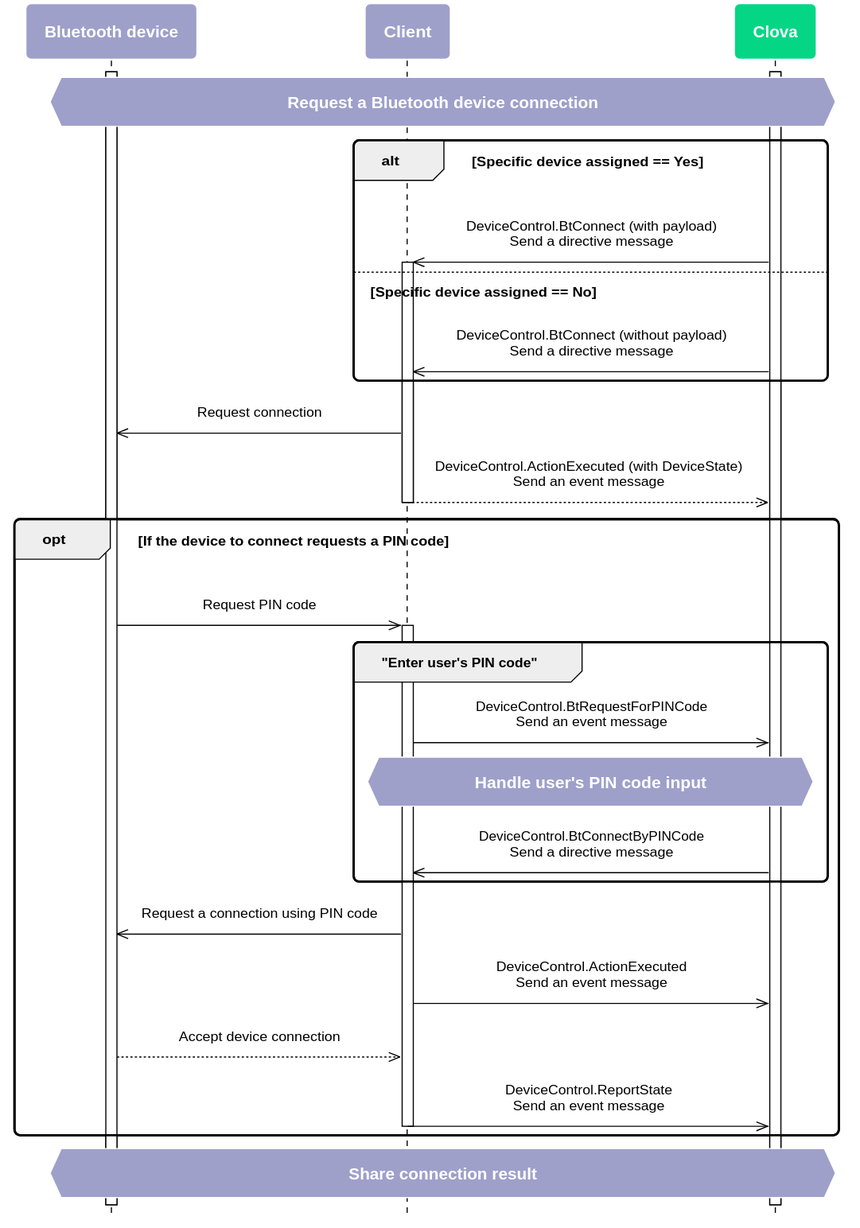
Earlier version of the PlantUML export en-KR/Develop/Assets/Images/CIC_BluetoothControl_Work_Flow2.svg (muchokwon/clova-client-developer-guide).
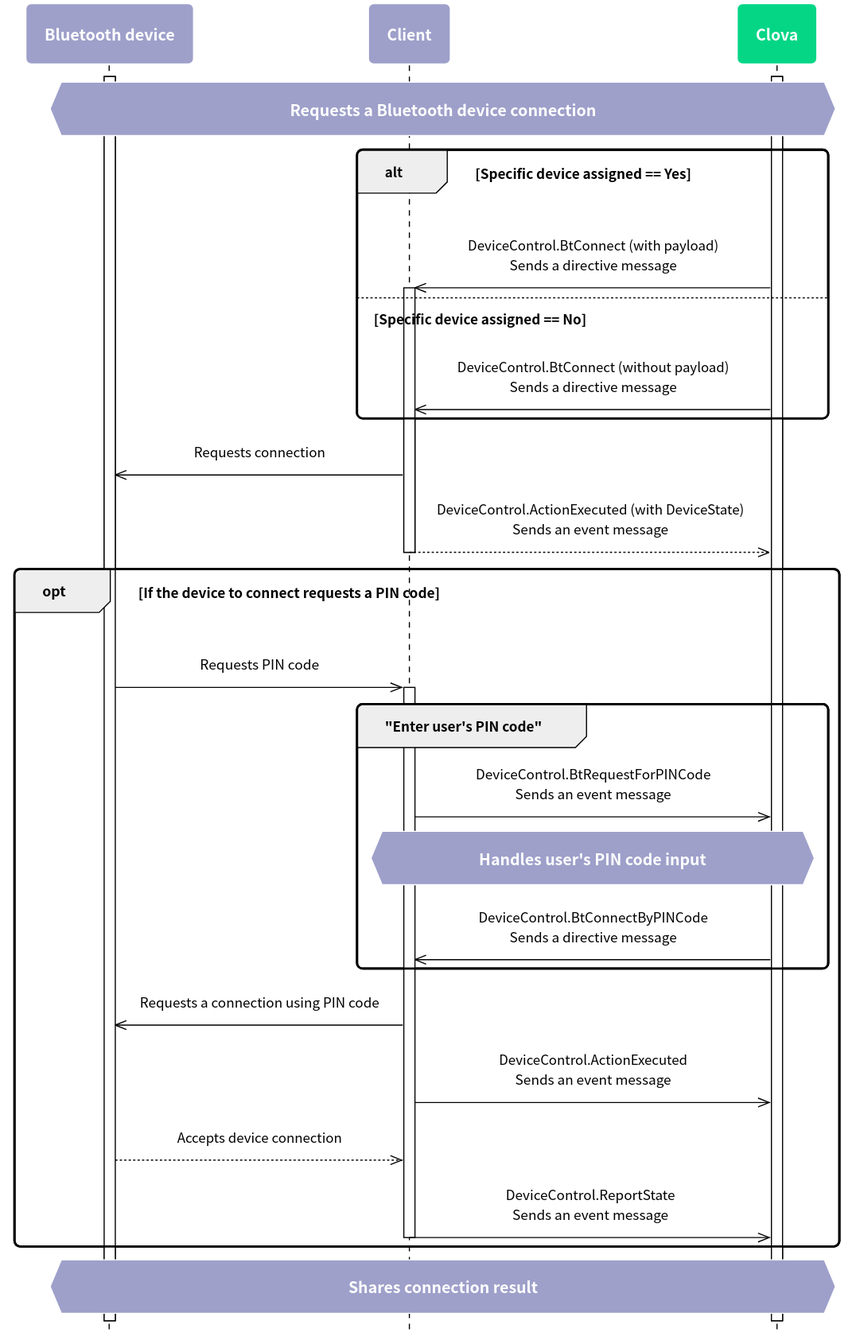
After the change.

What changed in the source:
```diff
@@ -5,31 +5,49 @@
 skinparam roundcorner 10
 skinparam padding 10
 skinparam defaultFontSize 12
+skinparam defaultFontName "Noto Sans CJK KR"
+
+skinparam note {
+  BackgroundColor #9EA0CA
+  BorderColor #ffffff
+  FontColor #ffffff
+  FontSize 14
+  FontStyle bold
+}
+
 skinparam sequence {
-	ArrowColor #000000
-	ActorBorderColor #000000
-	ActorFontStyle Bolder
+  ArrowColor #000000
+  ActorBorderColor #000000
+  ActorFontStyle Bolder
 
-	LifeLineBorderColor #000000
-	LifeLineBackgroundColor transparent
-	ParticipantBorderColor transparent
-	ParticipantFontSize 14
-	ParticipantFontColor #ffffff
-	ParticipantFontStyle bold
 
-	BoxBorderColor #000000
-	BoxFontColor #ffffff
+  LifeLineBorderColor #000000
+  LifeLineBackgroundColor transparent
+  ParticipantBorderColor transparent
+  ParticipantFontSize 14
+  ParticipantFontColor #ffffff
+  ParticipantFontStyle bold
+
+  BoxBorderColor #000000
+  BoxFontColor #ffffff
     BoxFontSize 14
     BoxFontStyle bold
 }
-skinparam note {
-	BackgroundColor #9EA0CA
-	BorderColor #ffffff
-	FontColor #ffffff
-	FontSize 14
-	FontStyle bold
+hide footbox
+
+skinparam activity {
+  BackgroundColor #9EA0CA
+  BarColor #ffffff
+  BorderColor #ffffff
+  DiamondBackgroundColor #05D686
+  DiamondBorderColor #ffffff
+  DiamondFontColor #ffffff
+  DiamondFontSize 14
+  DiamondFontStyle bold
+  FontColor #ffffff
+  FontSize 14
+  FontStyle bold
 }
-hide footbox
 
 participant "Bluetooth device" as device #9EA0CA
 participant Client as client #9EA0CA
@@ -37,35 +55,35 @@
 
 activate clova
 activate device
-hnote over device, clova : Request a Bluetooth device connection
+hnote over device, clova : Requests a Bluetooth device connection
  alt Specific device assigned == Yes
-	clova ->> client : DeviceControl.BtConnect (with payload)\nSend a directive message
+	clova ->> client : DeviceControl.BtConnect (with payload)\nSends a directive message
 
 	activate client
  else Specific device assigned == No
-    clova ->> client : DeviceControl.BtConnect (without payload)\nSend a directive message
+    clova ->> client : DeviceControl.BtConnect (without payload)\nSends a directive message
 end
 
-  client ->> device : Request connection
-  client -->> clova : DeviceControl.ActionExecuted (with DeviceState)\nSend an event message
+  client ->> device : Requests connection
+  client -->> clova : DeviceControl.ActionExecuted (with DeviceState)\nSends an event message
 
 	deactivate client
 opt If the device to connect requests a PIN code
-	device ->> client : Request PIN code
+	device ->> client : Requests PIN code
 
 	activate client
 
   group "Enter user's PIN code"
-    client ->> clova : DeviceControl.BtRequestForPINCode\nSend an event message
-    hnote over client, clova : Handle user's PIN code input
-    clova ->> client : DeviceControl.BtConnectByPINCode\nSend a directive message
+    client ->> clova : DeviceControl.BtRequestForPINCode\nSends an event message
+    hnote over client, clova : Handles user's PIN code input
+    clova ->> client : DeviceControl.BtConnectByPINCode\nSends a directive message
   end
-  client ->> device : Request a connection using PIN code
-  client ->> clova: DeviceControl.ActionExecuted\nSend an event message
-	device -->> client : Accept device connection
-  client ->> clova : DeviceControl.ReportState\nSend an event message
+  client ->> device : Requests a connection using PIN code
+  client ->> clova: DeviceControl.ActionExecuted\nSends an event message
+	device -->> client : Accepts device connection
+  client ->> clova : DeviceControl.ReportState\nSends an event message
 deactivate client
 end
-hnote over device, clova : Share connection result
+hnote over device, clova : Shares connection result
 
 @enduml
```
